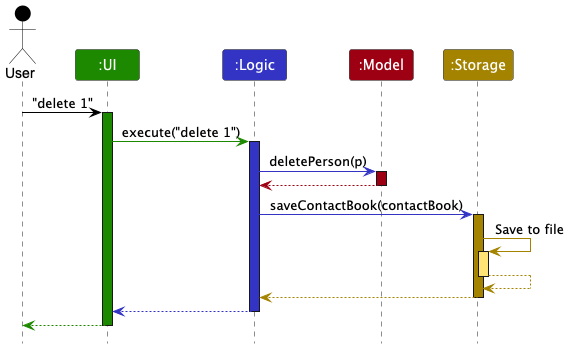
This is images/ArchitectureSequenceDiagram.png from AY2526S1-CS2103T-W08-1/tp, a PlantUML export, as it was before one commit.
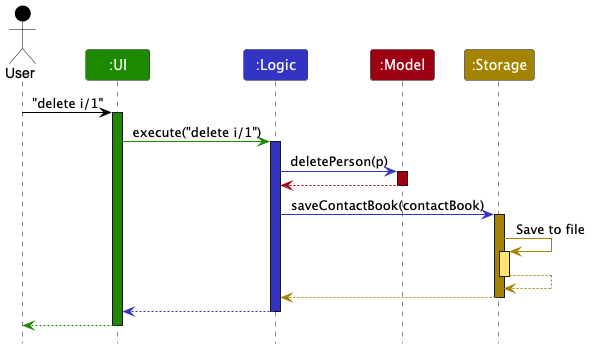
The same file after the commit.

What changed in the source:
```diff
@@ -8,10 +8,10 @@
 Participant ":Model" as model MODEL_COLOR
 Participant ":Storage" as storage STORAGE_COLOR
 
-user -[USER_COLOR]> ui : "delete 1"
+user -[USER_COLOR]> ui : "delete i/1"
 activate ui UI_COLOR
 
-ui -[UI_COLOR]> logic : execute("delete 1")
+ui -[UI_COLOR]> logic : execute("delete i/1")
 activate logic LOGIC_COLOR
 
 logic -[LOGIC_COLOR]> model : deletePerson(p)
```
